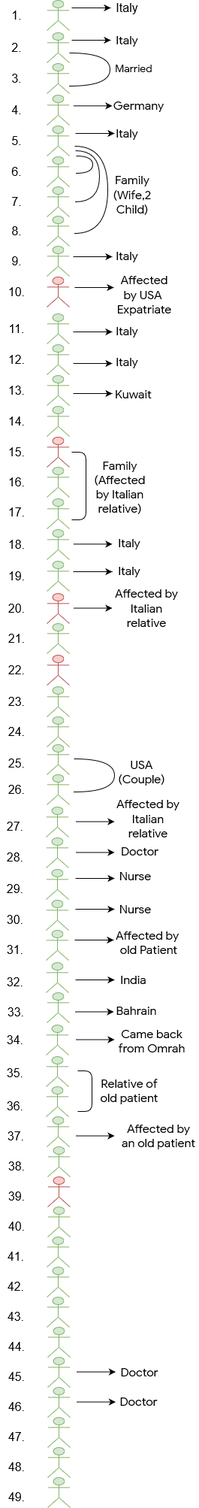
TeamTigers/coronainfobd keeps this draw.io diagram as assets/img/CoronaInfo.PNG. Above is the earlier version. Source tidied: cells renumbered, new cells last; positions are measured from the earlier drawing's top-left corner, leaving out a move shared by most shapes.
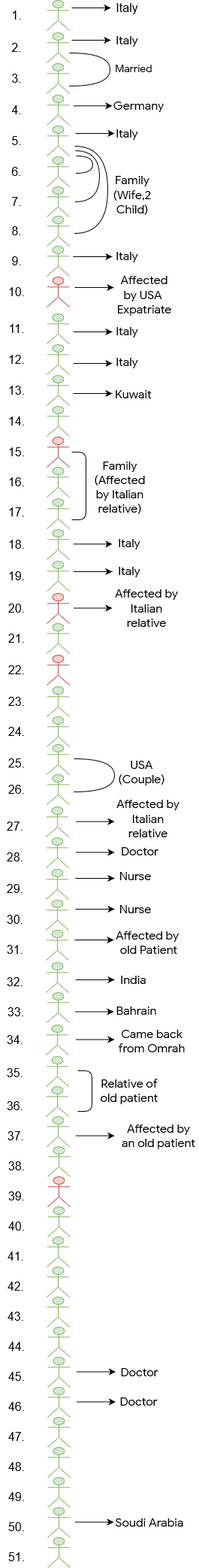
The same diagram one commit later.

Commit message:
change in 31th march info.

The edit, as a diff of the source:
```diff
@@ -590,5 +590,26 @@
     <mxCell id="158" value="&lt;font style=&quot;font-size: 16px&quot;&gt;49.&lt;/font&gt;" style="text;html=1;strokeColor=none;fillColor=none;align=center;verticalAlign=middle;whiteSpace=wrap;rounded=0;" parent="1" vertex="1">
       <mxGeometry x="2" y="1981" width="40" height="20" as="geometry" />
     </mxCell>
+    <mxCell id="159" style="shape=umlActor;verticalLabelPosition=bottom;labelBackgroundColor=#ffffff;verticalAlign=top;html=1;fillColor=#d5e8d4;strokeColor=#82b366;" parent="1" vertex="1">
+      <mxGeometry x="63" y="2005" width="30" height="40" as="geometry" />
+    </mxCell>
+    <mxCell id="160" value="&lt;font style=&quot;font-size: 16px&quot;&gt;50.&lt;/font&gt;" style="text;html=1;strokeColor=none;fillColor=none;align=center;verticalAlign=middle;whiteSpace=wrap;rounded=0;" parent="1" vertex="1">
+      <mxGeometry x="2" y="2021" width="40" height="20" as="geometry" />
+    </mxCell>
+    <mxCell id="161" style="shape=umlActor;verticalLabelPosition=bottom;labelBackgroundColor=#ffffff;verticalAlign=top;html=1;fillColor=#d5e8d4;strokeColor=#82b366;" parent="1" vertex="1">
+      <mxGeometry x="63" y="2045" width="30" height="40" as="geometry" />
+    </mxCell>
+    <mxCell id="162" value="&lt;font style=&quot;font-size: 16px&quot;&gt;51.&lt;/font&gt;" style="text;html=1;strokeColor=none;fillColor=none;align=center;verticalAlign=middle;whiteSpace=wrap;rounded=0;" parent="1" vertex="1">
+      <mxGeometry x="2" y="2061" width="40" height="20" as="geometry" />
+    </mxCell>
+    <mxCell id="163" style="endArrow=classic;html=1;" parent="1" edge="1">
+      <mxGeometry relative="1" as="geometry">
+        <mxPoint x="99" y="2024.5" as="sourcePoint" />
+        <mxPoint x="151" y="2024.5" as="targetPoint" />
+      </mxGeometry>
+    </mxCell>
+    <mxCell id="164" value="&lt;font style=&quot;font-size: 16px&quot;&gt;Soudi Arabia&lt;/font&gt;" style="text;html=1;strokeColor=none;fillColor=none;align=center;verticalAlign=middle;whiteSpace=wrap;rounded=0;fontFamily=Google Sans;" parent="1" vertex="1">
+      <mxGeometry x="151" y="2012.5" width="96" height="25" as="geometry" />
+    </mxCell>
   </root>
 </mxGraphModel>
```
